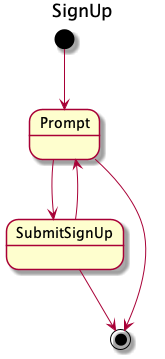
This is RemoteBeesFlow/flow/src/main/flows/SignUp.png from k10dev/RemoteBees, a PlantUML export, as it was before one commit. Its diagram source:
```plantuml
@startuml

title SignUp

[*] --> Prompt

Prompt --> SubmitSignUp

SubmitSignUp --> Prompt

Prompt --> [*]
SubmitSignUp --> [*]

@enduml
```
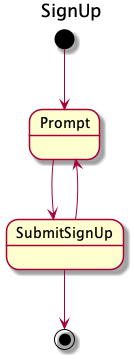
Above is the later version.

The edit, as a diff of the source:
```diff
@@ -1,6 +1,7 @@
 @startuml
 
 title SignUp
+
 
 [*] --> Prompt
 
@@ -8,7 +9,6 @@
 
 SubmitSignUp --> Prompt
 
-Prompt --> [*]
 SubmitSignUp --> [*]
 
 @enduml
```
